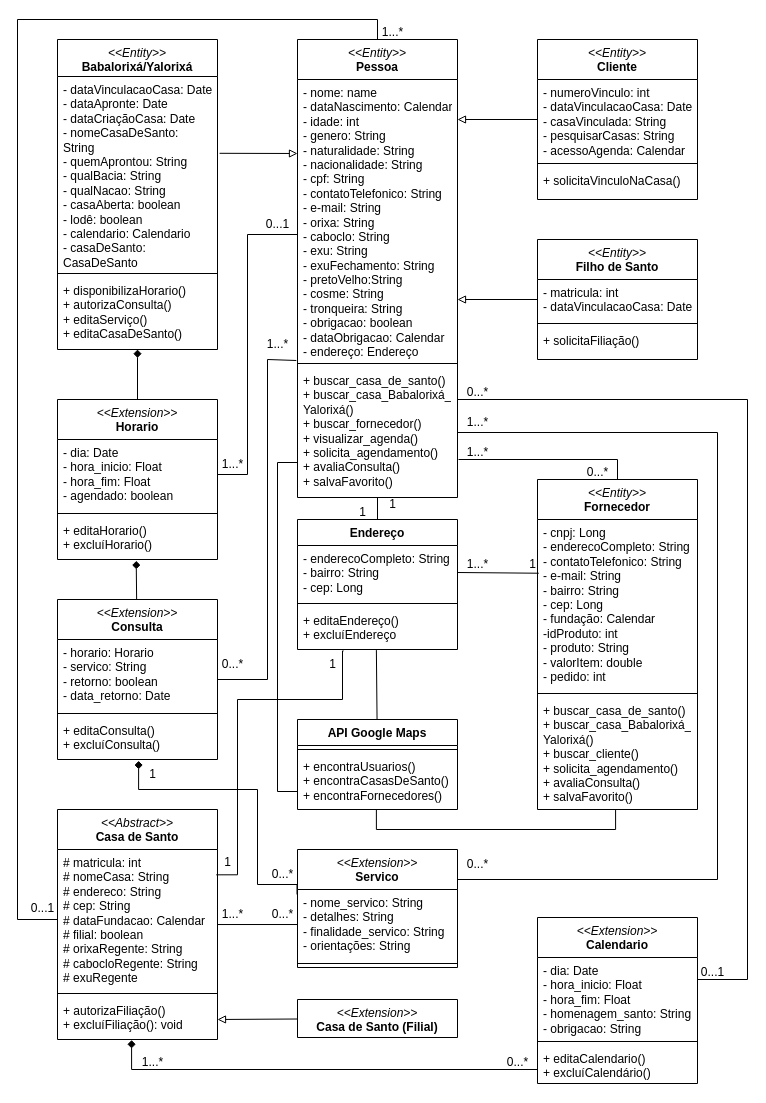
AlexCarvalhovisk/sarava keeps this draw.io diagram as Diagrama sem nome.drawio. Above is the earlier version. Source tidied: cells renumbered, new cells numbered last; positions are measured from the earlier drawing's top-left corner, leaving out a move shared by most shapes. Both pictures are drawn from the tidied source at 100%, with x=0, y=0 at pixel (17, 17).
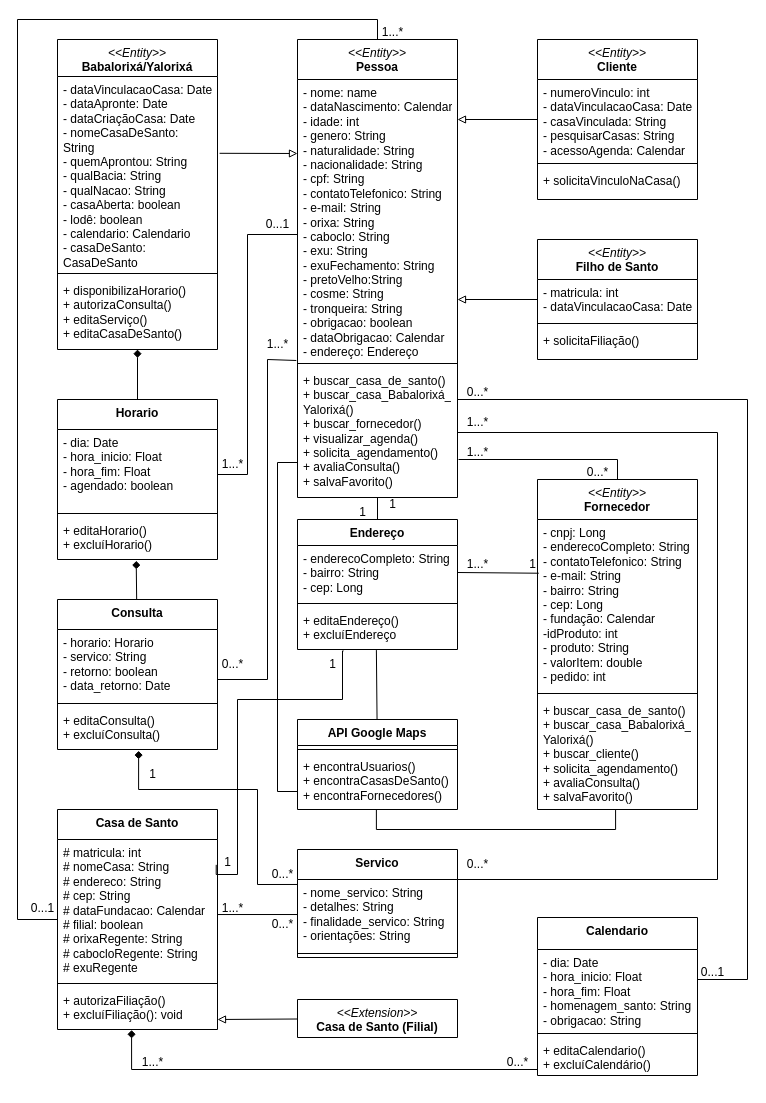
Above is the later version.

Diff of the diagram source:
```diff
@@
-    <mxCell id="25" value="&lt;span style=&quot;font-weight: normal;&quot;&gt;&lt;i&gt;&amp;lt;&amp;lt;Abstract&amp;gt;&amp;gt;&lt;/i&gt;&lt;/span&gt;&lt;br&gt;Casa de Santo" style="swimlane;fontStyle=1;align=center;verticalAlign=top;horizontal=1;startSize=40;whiteSpace=wrap;html=1;" parent="1" vertex="1">
-      <mxGeometry x="40" y="792" width="160" height="230" as="geometry" />
+    <mxCell id="25" value="Casa de Santo" style="swimlane;fontStyle=1;align=center;verticalAlign=top;horizontal=1;startSize=30;whiteSpace=wrap;html=1;" parent="1" vertex="1">
+      <mxGeometry x="40" y="792" width="160" height="220" as="geometry" />
     </mxCell>
     <mxCell id="26" value="# matricula: int&lt;br&gt;# nomeCasa: String&lt;br&gt;# endereco: String&lt;br&gt;# cep: String&lt;br&gt;# dataFundacao: Calendar&lt;br&gt;# filial: boolean&lt;br&gt;# orixaRegente: String&lt;br&gt;# cabocloRegente: String&lt;br&gt;# exuRegente" style="text;strokeColor=none;fillColor=none;align=left;verticalAlign=top;spacingLeft=4;spacingRight=4;overflow=hidden;points=[[0,0.5],[1,0.5]];portConstraint=eastwest;whiteSpace=wrap;html=1;" parent="25" vertex="1">
-      <mxGeometry y="40" width="160" height="140" as="geometry" />
+      <mxGeometry y="30" width="160" height="140" as="geometry" />
     </mxCell>
     <mxCell id="27" style="line;strokeWidth=1;fillColor=none;align=left;verticalAlign=middle;spacingTop=-1;spacingLeft=3;spacingRight=3;labelPosition=right;strokeColor=inherit;" parent="25" vertex="1">
-      <mxGeometry y="180" width="160" height="8" as="geometry" />
+      <mxGeometry y="170" width="160" height="8" as="geometry" />
     </mxCell>
     <mxCell id="28" value="+ autorizaFiliação()&lt;br&gt;+ excluíFiliação(): void" style="text;strokeColor=none;fillColor=none;align=left;verticalAlign=top;spacingLeft=4;spacingRight=4;overflow=hidden;points=[[0,0.5],[1,0.5]];portConstraint=eastwest;whiteSpace=wrap;html=1;" parent="25" vertex="1">
-      <mxGeometry y="188" width="160" height="42" as="geometry" />
+      <mxGeometry y="178" width="160" height="42" as="geometry" />
     </mxCell>
@@
-    <mxCell id="33" value="&lt;i style=&quot;font-weight: 400;&quot;&gt;&amp;lt;&amp;lt;Extension&amp;gt;&amp;gt;&lt;/i&gt;&lt;br&gt;Horario" style="swimlane;fontStyle=1;align=center;verticalAlign=top;horizontal=1;startSize=40;whiteSpace=wrap;html=1;" parent="1" vertex="1">
+    <mxCell id="33" value="Horario" style="swimlane;fontStyle=1;align=center;verticalAlign=top;horizontal=1;startSize=30;whiteSpace=wrap;html=1;" parent="1" vertex="1">
       <mxGeometry x="40" y="382" width="160" height="160" as="geometry" />
     </mxCell>
     <mxCell id="34" value="- dia: Date&lt;br&gt;-&amp;nbsp;hora_inicio: Float&lt;br&gt;-&amp;nbsp;hora_fim: Float&lt;br&gt;-&amp;nbsp;agendado: boolean" style="text;strokeColor=none;fillColor=none;align=left;verticalAlign=top;spacingLeft=4;spacingRight=4;overflow=hidden;points=[[0,0.5],[1,0.5]];portConstraint=eastwest;whiteSpace=wrap;html=1;" parent="33" vertex="1">
-      <mxGeometry y="40" width="160" height="70" as="geometry" />
+      <mxGeometry y="30" width="160" height="80" as="geometry" />
     </mxCell>
@@
-    <mxCell id="38" value="&lt;i style=&quot;font-weight: 400;&quot;&gt;&amp;lt;&amp;lt;Extension&amp;gt;&amp;gt;&lt;/i&gt;&lt;br&gt;Consulta" style="swimlane;fontStyle=1;align=center;verticalAlign=top;horizontal=1;startSize=40;whiteSpace=wrap;html=1;" parent="1" vertex="1">
-      <mxGeometry x="40" y="582" width="160" height="160" as="geometry" />
+    <mxCell id="38" value="Consulta" style="swimlane;fontStyle=1;align=center;verticalAlign=top;horizontal=1;startSize=30;whiteSpace=wrap;html=1;" parent="1" vertex="1">
+      <mxGeometry x="40" y="582" width="160" height="150" as="geometry" />
     </mxCell>
     <mxCell id="39" value="- horario: Horario&lt;br&gt;- servico: String&lt;br&gt;- retorno: boolean&lt;br&gt;- data_retorno: Date" style="text;strokeColor=none;fillColor=none;align=left;verticalAlign=top;spacingLeft=4;spacingRight=4;overflow=hidden;whiteSpace=wrap;html=1;" parent="38" vertex="1">
-      <mxGeometry y="40" width="160" height="70" as="geometry" />
+      <mxGeometry y="30" width="160" height="70" as="geometry" />
     </mxCell>
     <mxCell id="40" style="line;strokeWidth=1;fillColor=none;align=left;verticalAlign=middle;spacingTop=-1;spacingLeft=3;spacingRight=3;labelPosition=right;strokeColor=inherit;" parent="38" vertex="1">
-      <mxGeometry y="110" width="160" height="8" as="geometry" />
+      <mxGeometry y="100" width="160" height="8" as="geometry" />
     </mxCell>
     <mxCell id="41" value="+ editaConsulta()&lt;br&gt;+ excluíConsulta()" style="text;strokeColor=none;fillColor=none;align=left;verticalAlign=top;spacingLeft=4;spacingRight=4;overflow=hidden;points=[[0,0.5],[1,0.5]];portConstraint=eastwest;whiteSpace=wrap;html=1;" parent="38" vertex="1">
-      <mxGeometry y="118" width="160" height="42" as="geometry" />
+      <mxGeometry y="108" width="160" height="42" as="geometry" />
     </mxCell>
@@
-    <mxCell id="43" value="&lt;i style=&quot;font-weight: 400;&quot;&gt;&amp;lt;&amp;lt;Extension&amp;gt;&amp;gt;&lt;/i&gt;&lt;br&gt;Calendario" style="swimlane;fontStyle=1;align=center;verticalAlign=top;horizontal=1;startSize=40;whiteSpace=wrap;html=1;" parent="1" vertex="1">
-      <mxGeometry x="520" y="900" width="160" height="166" as="geometry" />
+    <mxCell id="43" value="Calendario" style="swimlane;fontStyle=1;align=center;verticalAlign=top;horizontal=1;startSize=32;whiteSpace=wrap;html=1;" parent="1" vertex="1">
+      <mxGeometry x="520" y="900" width="160" height="158" as="geometry" />
     </mxCell>
     <mxCell id="44" value="- dia: Date&lt;br&gt;-&amp;nbsp;hora_inicio: Float&lt;br&gt;-&amp;nbsp;hora_fim: Float&lt;br&gt;-&amp;nbsp;homenagem_santo: String&lt;br&gt;- obrigacao: String" style="text;strokeColor=none;fillColor=none;align=left;verticalAlign=top;spacingLeft=4;spacingRight=4;overflow=hidden;whiteSpace=wrap;html=1;" parent="43" vertex="1">
-      <mxGeometry y="40" width="160" height="80" as="geometry" />
+      <mxGeometry y="32" width="160" height="80" as="geometry" />
     </mxCell>
     <mxCell id="45" style="line;strokeWidth=1;fillColor=none;align=left;verticalAlign=middle;spacingTop=-1;spacingLeft=3;spacingRight=3;labelPosition=right;strokeColor=inherit;" parent="43" vertex="1">
-      <mxGeometry y="120" width="160" height="8" as="geometry" />
+      <mxGeometry y="112" width="160" height="8" as="geometry" />
     </mxCell>
     <mxCell id="46" value="+ editaCalendario()&lt;br&gt;+ excluíCalendário()" style="text;strokeColor=none;fillColor=none;align=left;verticalAlign=top;spacingLeft=4;spacingRight=4;overflow=hidden;points=[[0,0.5],[1,0.5]];portConstraint=eastwest;whiteSpace=wrap;html=1;" parent="43" vertex="1">
-      <mxGeometry y="128" width="160" height="38" as="geometry" />
+      <mxGeometry y="120" width="160" height="38" as="geometry" />
     </mxCell>
@@
-    <mxCell id="48" value="&lt;i style=&quot;font-weight: 400;&quot;&gt;&amp;lt;&amp;lt;Extension&amp;gt;&amp;gt;&lt;/i&gt;&lt;br&gt;Servico" style="swimlane;fontStyle=1;align=center;verticalAlign=top;horizontal=1;startSize=40;whiteSpace=wrap;html=1;" parent="1" vertex="1">
-      <mxGeometry x="280" y="832" width="160" height="118" as="geometry" />
+    <mxCell id="48" value="Servico" style="swimlane;fontStyle=1;align=center;verticalAlign=top;horizontal=1;startSize=30;whiteSpace=wrap;html=1;" parent="1" vertex="1">
+      <mxGeometry x="280" y="832" width="160" height="108" as="geometry" />
     </mxCell>
     <mxCell id="49" value="- nome_servico: String&lt;br&gt;- detalhes: String&lt;br&gt;- finalidade_servico: String&lt;br&gt;- orientações: String" style="text;strokeColor=none;fillColor=none;align=left;verticalAlign=top;spacingLeft=4;spacingRight=4;overflow=hidden;points=[[0,0.5],[1,0.5]];portConstraint=eastwest;whiteSpace=wrap;html=1;" parent="48" vertex="1">
-      <mxGeometry y="40" width="160" height="70" as="geometry" />
+      <mxGeometry y="30" width="160" height="70" as="geometry" />
     </mxCell>
     <mxCell id="50" style="line;strokeWidth=1;fillColor=none;align=left;verticalAlign=middle;spacingTop=-1;spacingLeft=3;spacingRight=3;labelPosition=right;strokeColor=inherit;" parent="48" vertex="1">
-      <mxGeometry y="110" width="160" height="8" as="geometry" />
+      <mxGeometry y="100" width="160" height="8" as="geometry" />
     </mxCell>
@@
     <mxCell id="86" value="0...*" style="text;html=1;align=center;verticalAlign=middle;strokeColor=none;fillColor=none;" parent="1" vertex="1">
-      <mxGeometry x="245" y="882" width="40" height="30" as="geometry" />
+      <mxGeometry x="245" y="892" width="40" height="30" as="geometry" />
     </mxCell>
     <mxCell id="87" value="1...*" style="text;html=1;align=center;verticalAlign=middle;strokeColor=none;fillColor=none;" parent="1" vertex="1">
-      <mxGeometry x="195" y="882" width="40" height="30" as="geometry" />
+      <mxGeometry x="195" y="876" width="40" height="30" as="geometry" />
     </mxCell>
```
